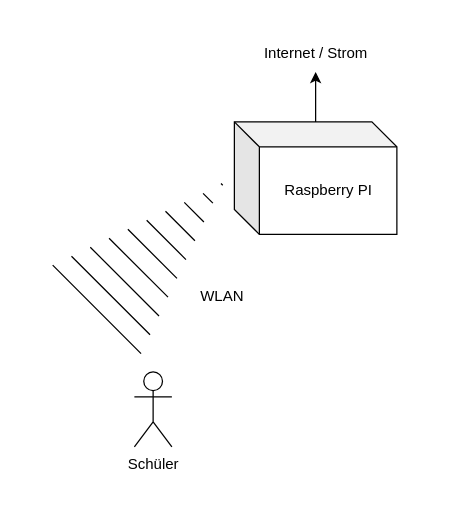
Before: docs/images/setup.drawio in jtuttas/kidi, a draw.io diagram. Source tidied: cells renumbered, new cells numbered last; positions are measured from the earlier drawing's top-left corner, leaving out a move shared by most shapes. Both pictures are drawn from the tidied source at 125%, with x=0, y=0 at pixel (96, 34). Pictures stored in the file or linked from it are replaced by grey dashed boxes.
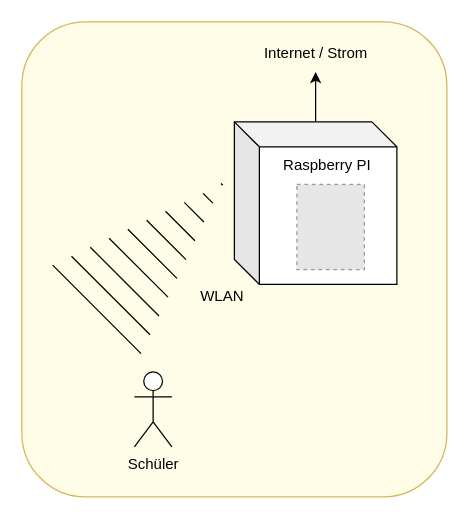
After the change.

What changed in the source:
```diff
@@
 <mxGraphModel>
   <root>
     <mxCell id="0" />
     <mxCell id="1" parent="0" />
+    <mxCell id="9" style="rounded=1;whiteSpace=wrap;html=1;fillColor=#FFFDE8;strokeColor=#d6b656;" parent="1" vertex="1">
+      <mxGeometry x="-60" y="-10" width="340" height="380" as="geometry" />
+    </mxCell>
     <mxCell id="2" style="edgeStyle=none;html=1;" parent="1" edge="1" source="3">
       <mxGeometry relative="1" as="geometry">
         <mxPoint x="175" y="30" as="targetPoint" />
       </mxGeometry>
     </mxCell>
     <mxCell id="3" style="shape=cube;whiteSpace=wrap;html=1;boundedLbl=1;backgroundOutline=1;darkOpacity=0.05;darkOpacity2=0.1;" parent="1" vertex="1">
-      <mxGeometry x="110" y="70" width="130" height="90" as="geometry" />
+      <mxGeometry x="110" y="70" width="130" height="130" as="geometry" />
     </mxCell>
     <mxCell id="4" value="Raspberry PI" style="text;html=1;align=center;verticalAlign=middle;strokeColor=none;fillColor=none;" parent="1" vertex="1">
-      <mxGeometry x="140" y="110" width="90" height="30" as="geometry" />
+      <mxGeometry x="139" y="90" width="90" height="30" as="geometry" />
     </mxCell>
     <mxCell id="5" value="Internet / Strom" style="text;html=1;align=center;verticalAlign=middle;strokeColor=none;fillColor=none;" parent="1" vertex="1">
       <mxGeometry x="120" width="110" height="30" as="geometry" />
     </mxCell>
     <mxCell id="6" value="Schüler" style="shape=umlActor;verticalLabelPosition=bottom;verticalAlign=top;html=1;" parent="1" vertex="1">
       <mxGeometry x="30" y="270" width="30" height="60" as="geometry" />
     </mxCell>
     <mxCell id="7" style="shape=mxgraph.arrows2.wedgeArrowDashed2;html=1;startWidth=50;stepSize=15;" parent="1" edge="1">
       <mxGeometry relative="1" as="geometry">
         <mxPoint y="220" as="sourcePoint" />
         <mxPoint x="100" y="120" as="targetPoint" />
       </mxGeometry>
     </mxCell>
     <mxCell id="8" value="WLAN" style="text;html=1;align=center;verticalAlign=middle;strokeColor=none;fillColor=none;" parent="1" vertex="1">
       <mxGeometry x="70" y="195" width="60" height="30" as="geometry" />
     </mxCell>
+    <mxCell id="10" style="fillColor=#E6E6E6;strokeColor=#999999;dashed=1;verticalLabelPosition=bottom;labelBackgroundColor=default;verticalAlign=top;" parent="1" vertex="1">
+      <mxGeometry x="160" y="120" width="54" height="68.2" as="geometry" />
+    </mxCell>
   </root>
 </mxGraphModel>
```
